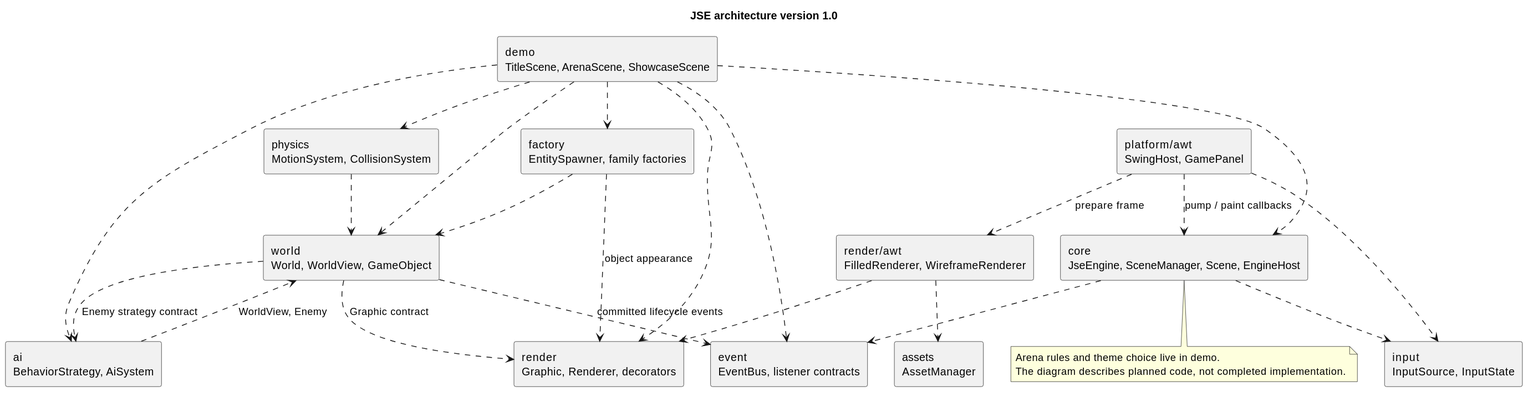
Earlier version of the PlantUML export docs/uml/rendered/architecture.svg (AlmazCode/JSE). The source it was exported from:
```plantuml
@startuml
title JSE architecture version 1.0
skinparam componentStyle rectangle
component "demo\nTitleScene, ArenaScene, ShowcaseScene" as demo
component "core\nJseEngine, SceneManager, Scene, EngineHost" as core
component "platform/awt\nSwingHost, GamePanel" as platform
component "input\nInputSource, InputState" as input
component "world\nWorld, WorldView, GameObject" as world
component "factory\nEntitySpawner, family factories" as factory
component "ai\nBehaviorStrategy, AiSystem" as ai
component "physics\nMotionSystem, CollisionSystem" as physics
component "event\nEventBus, listener contracts" as events
component "render\nGraphic, Renderer, decorators" as render
component "render/awt\nFilledRenderer, WireframeRenderer" as awtrender
component "assets\nAssetManager" as assets
demo ..> core
demo ..> world
demo ..> factory
demo ..> ai
demo ..> physics
demo ..> events
demo ..> render
core ..> input
core ..> events
platform ..> core : pump / paint callbacks
platform ..> input
platform ..> awtrender : prepare frame
awtrender ..> render
awtrender ..> assets
factory ..> world
factory ..> render : object appearance
world ..> render : Graphic contract
world ..> ai : Enemy strategy contract
world ..> events : committed lifecycle events
ai ..> world : WorldView, Enemy
physics ..> world
note bottom of core
Arena rules and theme choice live in demo.
The diagram describes planned code, not completed implementation.
end note
@enduml
```
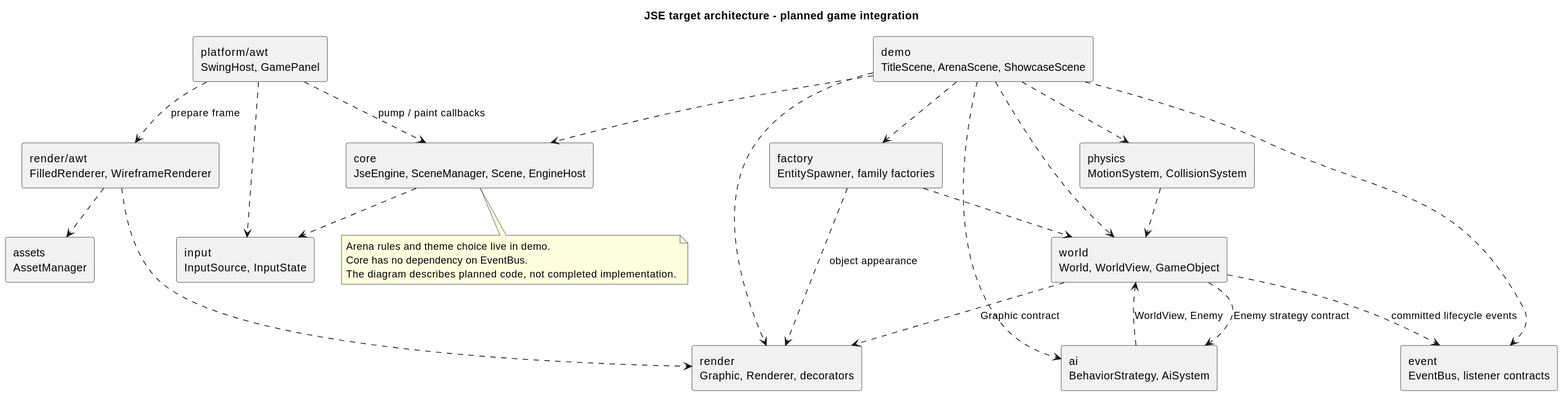
Above is the later version.

Diff of the diagram source:
```diff
@@ -1,5 +1,5 @@
 @startuml
-title JSE architecture version 1.0
+title JSE target architecture - planned game integration
 skinparam componentStyle rectangle
 component "demo\nTitleScene, ArenaScene, ShowcaseScene" as demo
 component "core\nJseEngine, SceneManager, Scene, EngineHost" as core
@@ -21,7 +21,6 @@
 demo ..> events
 demo ..> render
 core ..> input
-core ..> events
 platform ..> core : pump / paint callbacks
 platform ..> input
 platform ..> awtrender : prepare frame
@@ -36,6 +35,7 @@
 physics ..> world
 note bottom of core
 Arena rules and theme choice live in demo.
+Core has no dependency on EventBus.
 The diagram describes planned code, not completed implementation.
 end note
 @enduml
```
